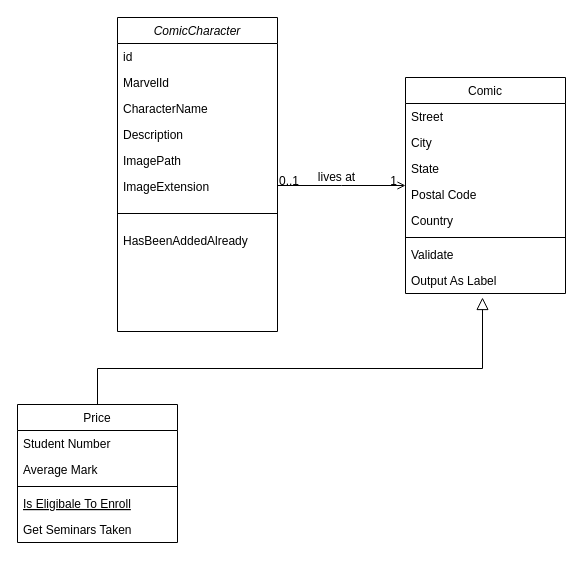
Above: ComicDataFlow.drawio in mattwatts36/drawings (draw.io), before the change. Source tidied: cells renumbered, new cells numbered last; positions are measured from the earlier drawing's top-left corner, leaving out a move shared by most shapes. Both pictures are drawn from the tidied source at 100%, with x=0, y=0 at pixel (17, 17).
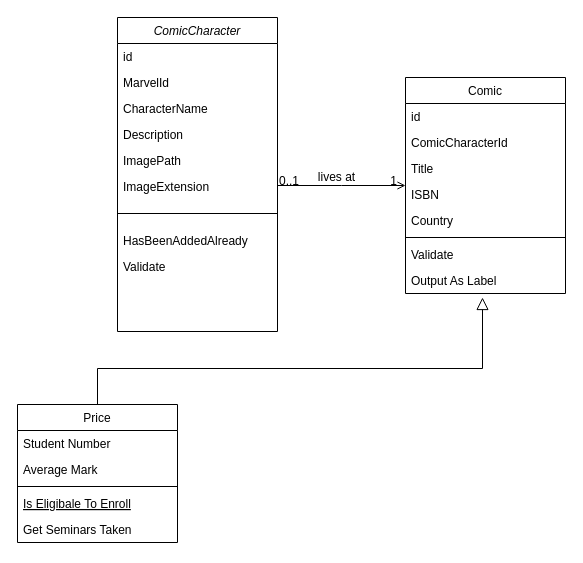
The same diagram, later.

Commit message:
Added price class

The change refers to these unchanged cells:
```xml
<mxCell id="2" value="ComicCharacter" style="swimlane;fontStyle=2;align=center;verticalAlign=top;horizontal=1;startSize=26;rounded=0;shadow=0;strokeWidth=1;" parent="1" vertex="1">
  <mxGeometry x="100" width="160" height="314" as="geometry" />
</mxCell>
<mxCell id="18" value="Comic" style="swimlane;fontStyle=0;align=center;verticalAlign=top;horizontal=1;startSize=26;rounded=0;shadow=0;strokeWidth=1;" parent="1" vertex="1">
  <mxGeometry x="388" y="60" width="160" height="216" as="geometry" />
</mxCell>
```

The edit, as a diff of the source:
```diff
@@
+    <mxCell id="31" value="Validate" style="text;align=left;verticalAlign=top;spacingLeft=4;spacingRight=4;overflow=hidden;" parent="2" vertex="1">
+      <mxGeometry y="236" width="160" height="26" as="geometry" />
+    </mxCell>
@@
-    <mxCell id="19" value="Street" style="text;align=left;verticalAlign=top;spacingLeft=4;spacingRight=4;overflow=hidden;" parent="18" vertex="1">
+    <mxCell id="19" value="id" style="text;align=left;verticalAlign=top;spacingLeft=4;spacingRight=4;overflow=hidden;" parent="18" vertex="1">
       <mxGeometry y="26" width="160" height="26" as="geometry" />
     </mxCell>
-    <mxCell id="20" value="City" style="text;align=left;verticalAlign=top;spacingLeft=4;spacingRight=4;overflow=hidden;rounded=0;shadow=0;html=0;" parent="18" vertex="1">
+    <mxCell id="20" value="ComicCharacterId" style="text;align=left;verticalAlign=top;spacingLeft=4;spacingRight=4;overflow=hidden;rounded=0;shadow=0;html=0;" parent="18" vertex="1">
       <mxGeometry y="52" width="160" height="26" as="geometry" />
     </mxCell>
-    <mxCell id="21" value="State" style="text;align=left;verticalAlign=top;spacingLeft=4;spacingRight=4;overflow=hidden;rounded=0;shadow=0;html=0;" parent="18" vertex="1">
+    <mxCell id="21" value="Title" style="text;align=left;verticalAlign=top;spacingLeft=4;spacingRight=4;overflow=hidden;rounded=0;shadow=0;html=0;" parent="18" vertex="1">
       <mxGeometry y="78" width="160" height="26" as="geometry" />
     </mxCell>
-    <mxCell id="22" value="Postal Code" style="text;align=left;verticalAlign=top;spacingLeft=4;spacingRight=4;overflow=hidden;rounded=0;shadow=0;html=0;" parent="18" vertex="1">
+    <mxCell id="22" value="ISBN" style="text;align=left;verticalAlign=top;spacingLeft=4;spacingRight=4;overflow=hidden;rounded=0;shadow=0;html=0;" parent="18" vertex="1">
       <mxGeometry y="104" width="160" height="26" as="geometry" />
     </mxCell>
```
